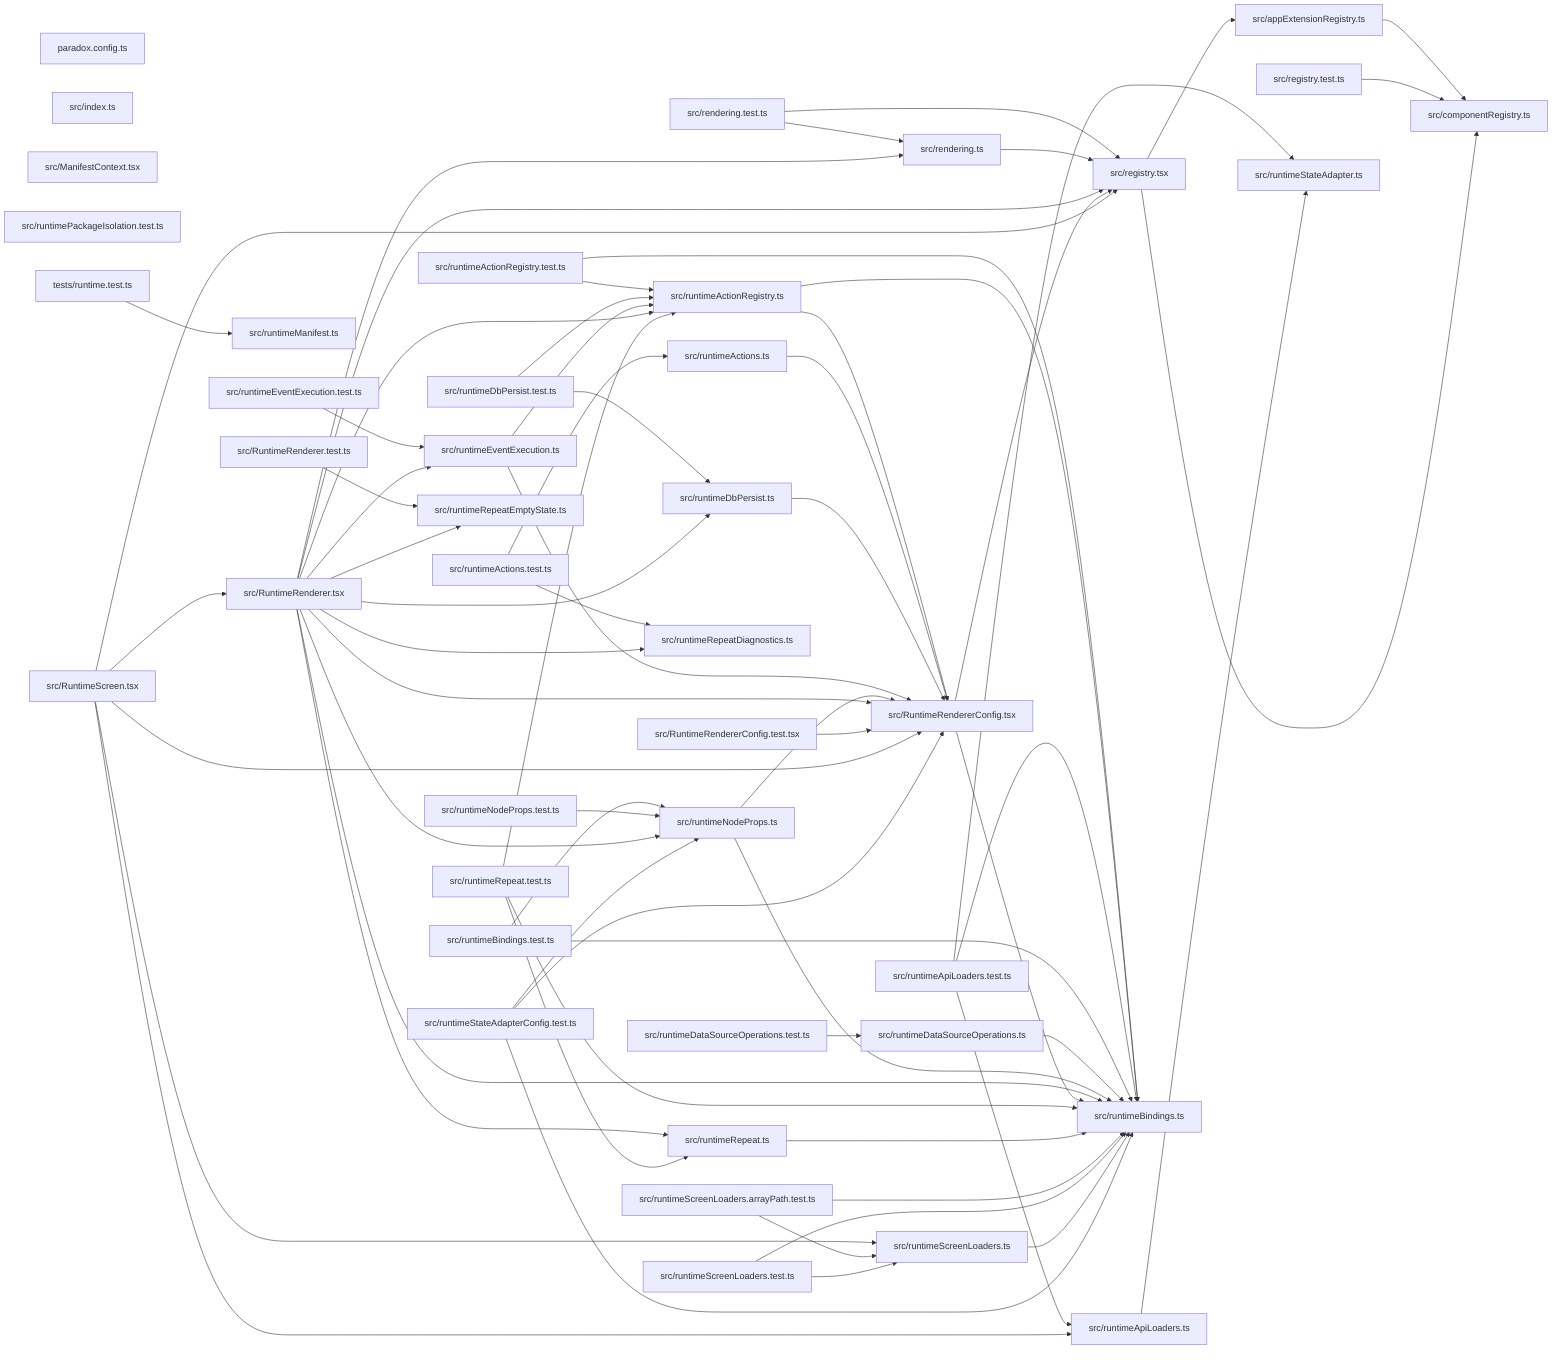
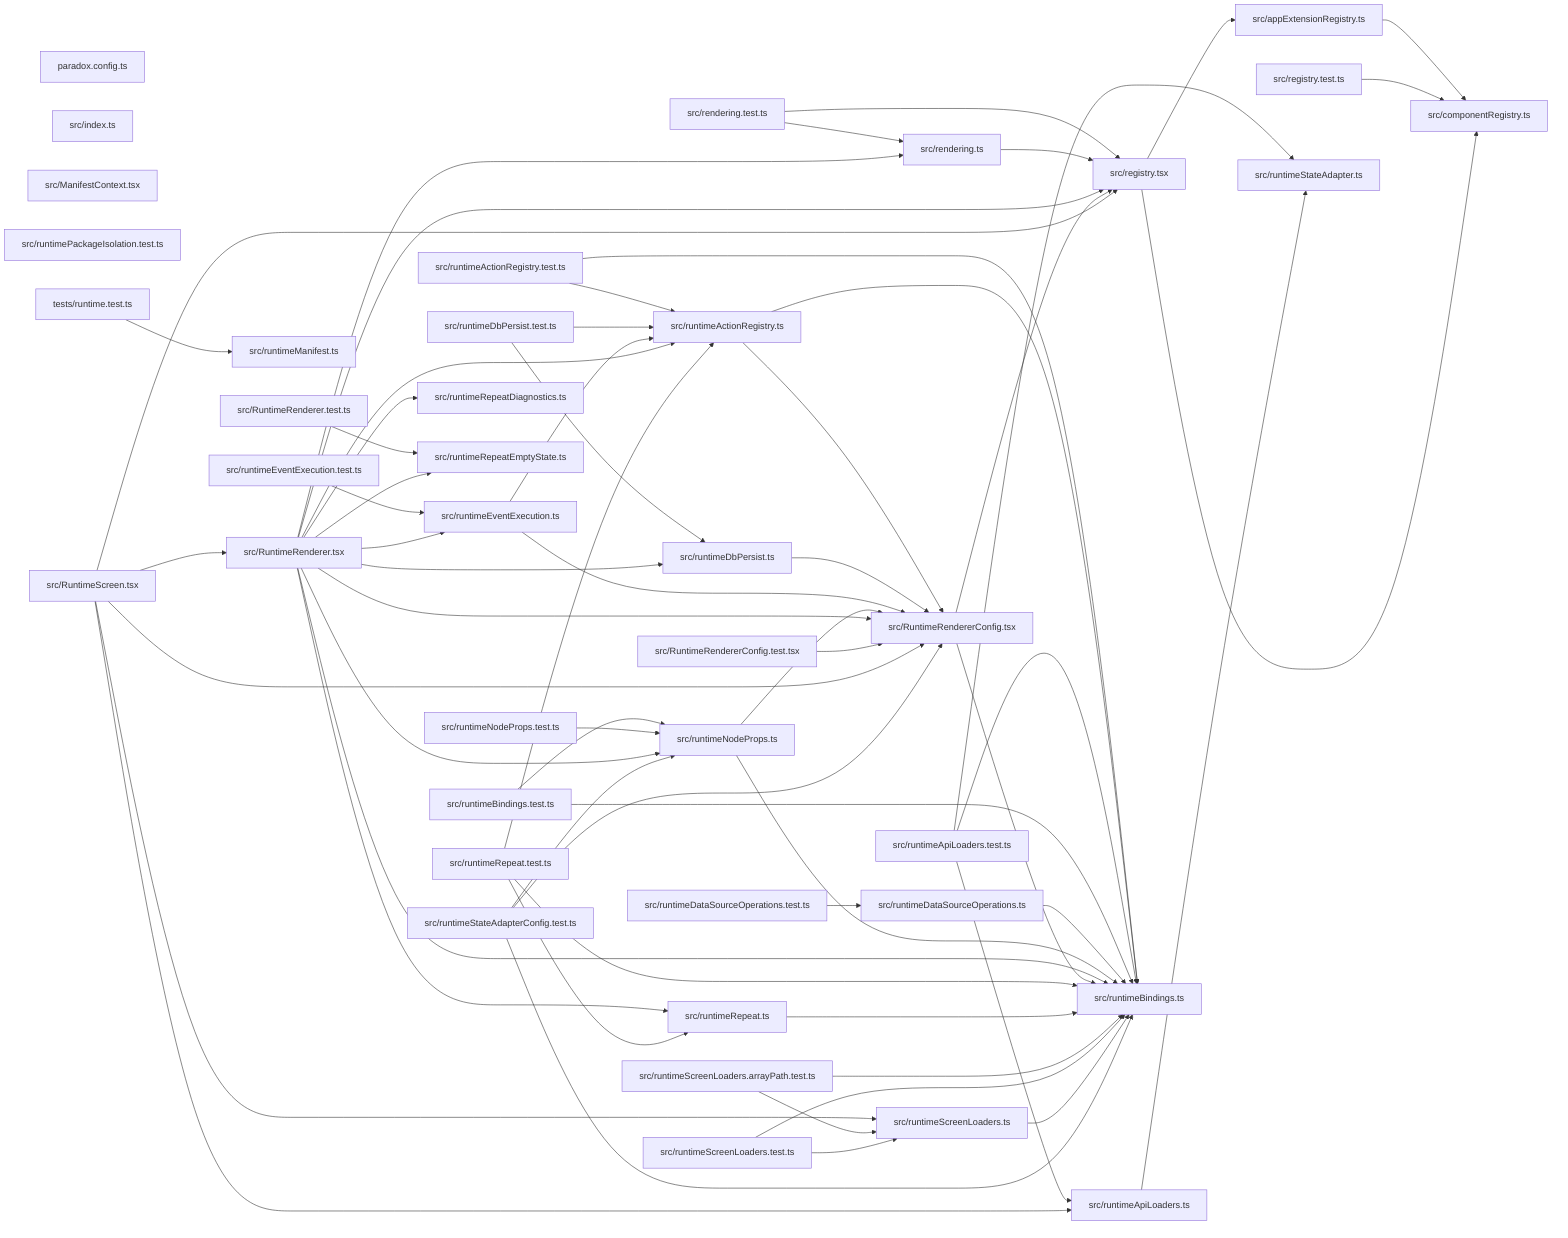
graph LR
  module_paradox_config_ts["paradox.config.ts"]
  module_src_appExtensionRegistry_ts["src/appExtensionRegistry.ts"]
  module_src_componentRegistry_ts["src/componentRegistry.ts"]
  module_src_index_ts["src/index.ts"]
  module_src_ManifestContext_tsx["src/ManifestContext.tsx"]
  module_src_registry_test_ts["src/registry.test.ts"]
  module_src_registry_tsx["src/registry.tsx"]
  module_src_rendering_test_ts["src/rendering.test.ts"]
  module_src_rendering_ts["src/rendering.ts"]
  module_src_runtimeActionRegistry_test_ts["src/runtimeActionRegistry.test.ts"]
  module_src_runtimeActionRegistry_ts["src/runtimeActionRegistry.ts"]
-   module_src_runtimeActions_test_ts["src/runtimeActions.test.ts"]
-   module_src_runtimeActions_ts["src/runtimeActions.ts"]
  module_src_runtimeApiLoaders_test_ts["src/runtimeApiLoaders.test.ts"]
  module_src_runtimeApiLoaders_ts["src/runtimeApiLoaders.ts"]
  module_src_runtimeBindings_test_ts["src/runtimeBindings.test.ts"]
  module_src_runtimeBindings_ts["src/runtimeBindings.ts"]
  module_src_runtimeDataSourceOperations_test_ts["src/runtimeDataSourceOperations.test.ts"]
  module_src_runtimeDataSourceOperations_ts["src/runtimeDataSourceOperations.ts"]
  module_src_runtimeDbPersist_test_ts["src/runtimeDbPersist.test.ts"]
  module_src_runtimeDbPersist_ts["src/runtimeDbPersist.ts"]
  module_src_runtimeEventExecution_test_ts["src/runtimeEventExecution.test.ts"]
  module_src_runtimeEventExecution_ts["src/runtimeEventExecution.ts"]
  module_src_runtimeManifest_ts["src/runtimeManifest.ts"]
  module_src_runtimeNodeProps_test_ts["src/runtimeNodeProps.test.ts"]
  module_src_runtimeNodeProps_ts["src/runtimeNodeProps.ts"]
  module_src_runtimePackageIsolation_test_ts["src/runtimePackageIsolation.test.ts"]
  module_src_RuntimeRenderer_test_ts["src/RuntimeRenderer.test.ts"]
  module_src_RuntimeRenderer_tsx["src/RuntimeRenderer.tsx"]
  module_src_RuntimeRendererConfig_test_tsx["src/RuntimeRendererConfig.test.tsx"]
  module_src_RuntimeRendererConfig_tsx["src/RuntimeRendererConfig.tsx"]
  module_src_runtimeRepeat_test_ts["src/runtimeRepeat.test.ts"]
  module_src_runtimeRepeat_ts["src/runtimeRepeat.ts"]
  module_src_runtimeRepeatDiagnostics_ts["src/runtimeRepeatDiagnostics.ts"]
  module_src_runtimeRepeatEmptyState_ts["src/runtimeRepeatEmptyState.ts"]
  module_src_RuntimeScreen_tsx["src/RuntimeScreen.tsx"]
  module_src_runtimeScreenLoaders_arrayPath_test_ts["src/runtimeScreenLoaders.arrayPath.test.ts"]
  module_src_runtimeScreenLoaders_test_ts["src/runtimeScreenLoaders.test.ts"]
  module_src_runtimeScreenLoaders_ts["src/runtimeScreenLoaders.ts"]
  module_src_runtimeStateAdapter_ts["src/runtimeStateAdapter.ts"]
  module_src_runtimeStateAdapterConfig_test_ts["src/runtimeStateAdapterConfig.test.ts"]
  module_tests_runtime_test_ts["tests/runtime.test.ts"]
  module_src_appExtensionRegistry_ts --> module_src_componentRegistry_ts
  module_src_registry_test_ts --> module_src_componentRegistry_ts
  module_src_registry_tsx --> module_src_appExtensionRegistry_ts
  module_src_registry_tsx --> module_src_componentRegistry_ts
  module_src_rendering_test_ts --> module_src_registry_tsx
  module_src_rendering_test_ts --> module_src_rendering_ts
  module_src_rendering_ts --> module_src_registry_tsx
  module_src_runtimeActionRegistry_test_ts --> module_src_runtimeActionRegistry_ts
  module_src_runtimeActionRegistry_test_ts --> module_src_runtimeBindings_ts
  module_src_runtimeActionRegistry_ts --> module_src_runtimeBindings_ts
  module_src_runtimeActionRegistry_ts --> module_src_RuntimeRendererConfig_tsx
-   module_src_runtimeActions_test_ts --> module_src_runtimeActions_ts
-   module_src_runtimeActions_test_ts --> module_src_runtimeRepeatDiagnostics_ts
-   module_src_runtimeActions_ts --> module_src_RuntimeRendererConfig_tsx
  module_src_runtimeApiLoaders_test_ts --> module_src_runtimeApiLoaders_ts
  module_src_runtimeApiLoaders_test_ts --> module_src_runtimeBindings_ts
  module_src_runtimeApiLoaders_test_ts --> module_src_runtimeStateAdapter_ts
  module_src_runtimeApiLoaders_ts --> module_src_runtimeStateAdapter_ts
  module_src_runtimeBindings_test_ts --> module_src_runtimeBindings_ts
  module_src_runtimeBindings_test_ts --> module_src_runtimeNodeProps_ts
  module_src_runtimeDataSourceOperations_test_ts --> module_src_runtimeDataSourceOperations_ts
  module_src_runtimeDataSourceOperations_ts --> module_src_runtimeBindings_ts
  module_src_runtimeDbPersist_test_ts --> module_src_runtimeActionRegistry_ts
  module_src_runtimeDbPersist_test_ts --> module_src_runtimeDbPersist_ts
  module_src_runtimeDbPersist_ts --> module_src_RuntimeRendererConfig_tsx
  module_src_runtimeEventExecution_test_ts --> module_src_runtimeEventExecution_ts
  module_src_runtimeEventExecution_ts --> module_src_runtimeActionRegistry_ts
  module_src_runtimeEventExecution_ts --> module_src_RuntimeRendererConfig_tsx
  module_src_runtimeNodeProps_test_ts --> module_src_runtimeNodeProps_ts
  module_src_runtimeNodeProps_ts --> module_src_runtimeBindings_ts
  module_src_runtimeNodeProps_ts --> module_src_RuntimeRendererConfig_tsx
  module_src_RuntimeRenderer_test_ts --> module_src_runtimeRepeatEmptyState_ts
  module_src_RuntimeRenderer_tsx --> module_src_registry_tsx
  module_src_RuntimeRenderer_tsx --> module_src_rendering_ts
  module_src_RuntimeRenderer_tsx --> module_src_runtimeActionRegistry_ts
  module_src_RuntimeRenderer_tsx --> module_src_runtimeBindings_ts
  module_src_RuntimeRenderer_tsx --> module_src_runtimeDbPersist_ts
  module_src_RuntimeRenderer_tsx --> module_src_runtimeEventExecution_ts
  module_src_RuntimeRenderer_tsx --> module_src_runtimeNodeProps_ts
  module_src_RuntimeRenderer_tsx --> module_src_RuntimeRendererConfig_tsx
  module_src_RuntimeRenderer_tsx --> module_src_runtimeRepeat_ts
  module_src_RuntimeRenderer_tsx --> module_src_runtimeRepeatDiagnostics_ts
  module_src_RuntimeRenderer_tsx --> module_src_runtimeRepeatEmptyState_ts
  module_src_RuntimeRendererConfig_test_tsx --> module_src_RuntimeRendererConfig_tsx
  module_src_RuntimeRendererConfig_tsx --> module_src_registry_tsx
  module_src_RuntimeRendererConfig_tsx --> module_src_runtimeBindings_ts
  module_src_runtimeRepeat_test_ts --> module_src_runtimeActionRegistry_ts
  module_src_runtimeRepeat_test_ts --> module_src_runtimeBindings_ts
  module_src_runtimeRepeat_test_ts --> module_src_runtimeRepeat_ts
  module_src_runtimeRepeat_ts --> module_src_runtimeBindings_ts
  module_src_RuntimeScreen_tsx --> module_src_registry_tsx
  module_src_RuntimeScreen_tsx --> module_src_runtimeApiLoaders_ts
  module_src_RuntimeScreen_tsx --> module_src_RuntimeRenderer_tsx
  module_src_RuntimeScreen_tsx --> module_src_RuntimeRendererConfig_tsx
  module_src_RuntimeScreen_tsx --> module_src_runtimeScreenLoaders_ts
  module_src_runtimeScreenLoaders_arrayPath_test_ts --> module_src_runtimeBindings_ts
  module_src_runtimeScreenLoaders_arrayPath_test_ts --> module_src_runtimeScreenLoaders_ts
  module_src_runtimeScreenLoaders_test_ts --> module_src_runtimeBindings_ts
  module_src_runtimeScreenLoaders_test_ts --> module_src_runtimeScreenLoaders_ts
  module_src_runtimeScreenLoaders_ts --> module_src_runtimeBindings_ts
  module_src_runtimeStateAdapterConfig_test_ts --> module_src_runtimeBindings_ts
  module_src_runtimeStateAdapterConfig_test_ts --> module_src_runtimeNodeProps_ts
  module_src_runtimeStateAdapterConfig_test_ts --> module_src_RuntimeRendererConfig_tsx
  module_tests_runtime_test_ts --> module_src_runtimeManifest_ts
